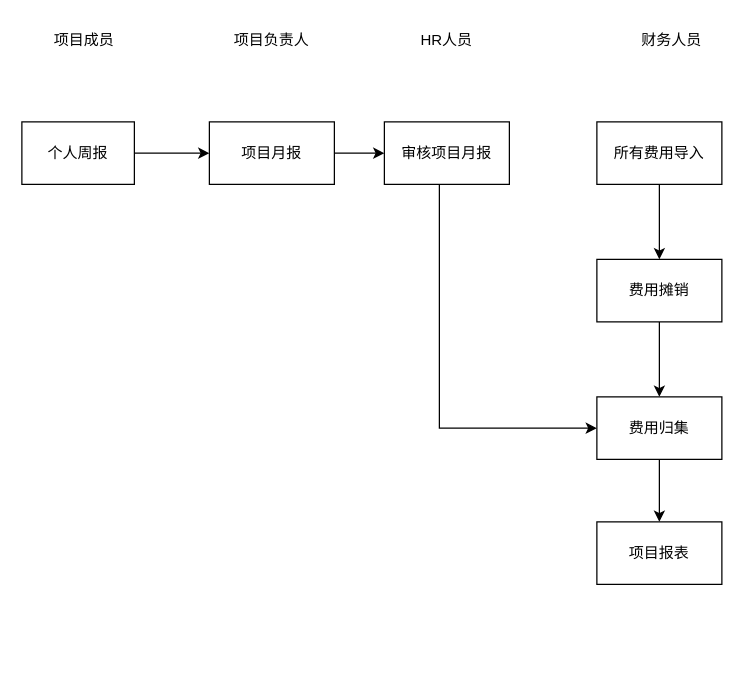
Above: page "总体流程" (1 of 2) of shrine-doc/研发项目管理流程.drawio in easefulfil/CLOUDCARE (draw.io), before the change. Source tidied: cells renumbered, new cells numbered last; positions are measured from the earlier drawing's top-left corner, leaving out a move shared by most shapes. Both pictures are drawn from the tidied source at 125%, with x=0, y=0 at pixel (21, 21).
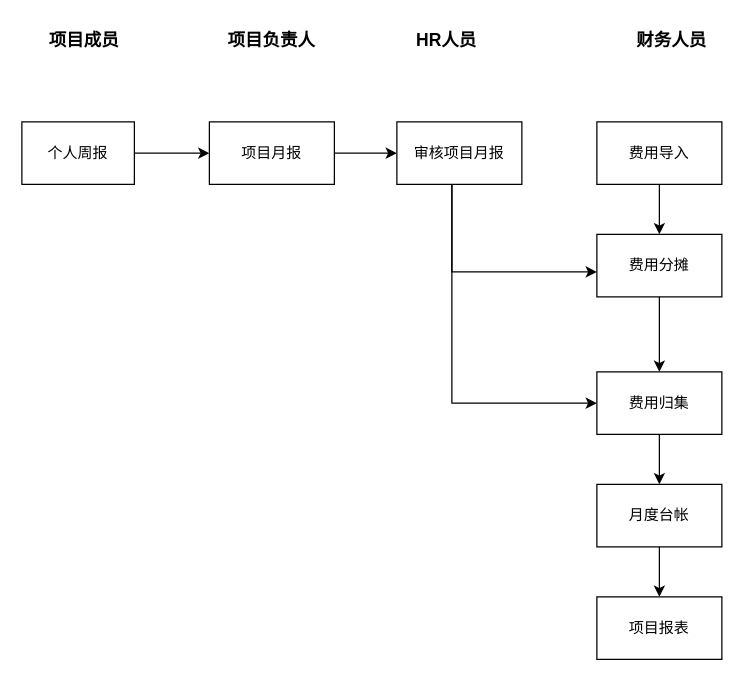
Above is the later version.

Diff of the diagram source:
```diff
@@
-    <mxCell id="3" value="所有费用导入" style="rounded=0;whiteSpace=wrap;html=1;" parent="1" vertex="1">
+    <mxCell id="3" value="费用导入" style="rounded=0;whiteSpace=wrap;html=1;" parent="1" vertex="1">
       <mxGeometry x="460" y="80" width="100" height="50" as="geometry" />
     </mxCell>
     <mxCell id="4" style="edgeStyle=orthogonalEdgeStyle;rounded=0;jettySize=auto;html=1;entryX=0;entryY=0.5;entryDx=0;entryDy=0;exitX=0.44;exitY=1.01;exitDx=0;exitDy=0;exitPerimeter=0;" parent="1" edge="1" source="18" target="10">
-      <mxGeometry relative="1" as="geometry" />
+      <mxGeometry relative="1" as="geometry">
+        <Array as="points">
+          <mxPoint x="344" y="131" />
+          <mxPoint x="344" y="325" />
+        </Array>
+      </mxGeometry>
     </mxCell>
@@
-    <mxCell id="8" value="费用摊销" style="rounded=0;whiteSpace=wrap;html=1;" parent="1" vertex="1">
-      <mxGeometry x="460" y="190" width="100" height="50" as="geometry" />
+    <mxCell id="8" value="费用分摊" style="rounded=0;whiteSpace=wrap;html=1;" parent="1" vertex="1">
+      <mxGeometry x="460" y="170" width="100" height="50" as="geometry" />
     </mxCell>
@@
     <mxCell id="10" value="费用归集" style="rounded=0;whiteSpace=wrap;html=1;" parent="1" vertex="1">
-      <mxGeometry x="460" y="300" width="100" height="50" as="geometry" />
+      <mxGeometry x="460" y="280" width="100" height="50" as="geometry" />
     </mxCell>
+    <mxCell id="19" style="edgeStyle=orthogonalEdgeStyle;rounded=0;jettySize=auto;html=1;entryX=0.5;entryY=0;entryDx=0;entryDy=0;" parent="1" edge="1" source="11" target="21">
+      <mxGeometry relative="1" as="geometry" />
+    </mxCell>
-    <mxCell id="11" value="项目报表" style="rounded=0;whiteSpace=wrap;html=1;" parent="1" vertex="1">
-      <mxGeometry x="460" y="400" width="100" height="50" as="geometry" />
+    <mxCell id="11" value="月度台帐" style="rounded=0;whiteSpace=wrap;html=1;" parent="1" vertex="1">
+      <mxGeometry x="460" y="370" width="100" height="50" as="geometry" />
     </mxCell>
-    <mxCell id="12" value="项目负责人" style="text;html=1;strokeColor=none;fillColor=none;align=center;verticalAlign=middle;whiteSpace=wrap;rounded=0;" parent="1" vertex="1">
+    <mxCell id="12" value="项目负责人" style="text;html=1;strokeColor=none;fillColor=none;align=center;verticalAlign=middle;whiteSpace=wrap;rounded=0;fontStyle=1;fontSize=14;" parent="1" vertex="1">
       <mxGeometry x="160" width="80" height="30" as="geometry" />
     </mxCell>
-    <mxCell id="13" value="财务人员" style="text;html=1;strokeColor=none;fillColor=none;align=center;verticalAlign=middle;whiteSpace=wrap;rounded=0;" parent="1" vertex="1">
+    <mxCell id="13" value="财务人员" style="text;html=1;strokeColor=none;fillColor=none;align=center;verticalAlign=middle;whiteSpace=wrap;rounded=0;fontStyle=1;fontSize=14;" parent="1" vertex="1">
       <mxGeometry x="480" width="80" height="30" as="geometry" />
     </mxCell>
-    <mxCell id="14" value="项目成员" style="text;html=1;strokeColor=none;fillColor=none;align=center;verticalAlign=middle;whiteSpace=wrap;rounded=0;" parent="1" vertex="1">
+    <mxCell id="14" value="项目成员" style="text;html=1;strokeColor=none;fillColor=none;align=center;verticalAlign=middle;whiteSpace=wrap;rounded=0;fontStyle=1;fontSize=14;" parent="1" vertex="1">
       <mxGeometry x="10" width="80" height="30" as="geometry" />
     </mxCell>
@@
-    <mxCell id="17" value="HR人员" style="text;html=1;strokeColor=none;fillColor=none;align=center;verticalAlign=middle;whiteSpace=wrap;rounded=0;" parent="1" vertex="1">
+    <mxCell id="17" value="HR人员" style="text;html=1;strokeColor=none;fillColor=none;align=center;verticalAlign=middle;whiteSpace=wrap;rounded=0;fontStyle=1;fontSize=14;" parent="1" vertex="1">
       <mxGeometry x="300" width="80" height="30" as="geometry" />
     </mxCell>
+    <mxCell id="20" style="edgeStyle=orthogonalEdgeStyle;rounded=0;jettySize=auto;html=1;entryX=0;entryY=0.6;entryDx=0;entryDy=0;entryPerimeter=0;" parent="1" edge="1" source="18" target="8">
+      <mxGeometry relative="1" as="geometry">
+        <Array as="points">
+          <mxPoint x="344" y="200" />
+        </Array>
+      </mxGeometry>
+    </mxCell>
     <mxCell id="18" value="审核项目月报" style="rounded=0;whiteSpace=wrap;html=1;" parent="1" vertex="1">
-      <mxGeometry x="290" y="80" width="100" height="50" as="geometry" />
+      <mxGeometry x="300" y="80" width="100" height="50" as="geometry" />
     </mxCell>
+    <mxCell id="21" value="项目报表" style="rounded=0;whiteSpace=wrap;html=1;" parent="1" vertex="1">
+      <mxGeometry x="460" y="460" width="100" height="50" as="geometry" />
+    </mxCell>
```
